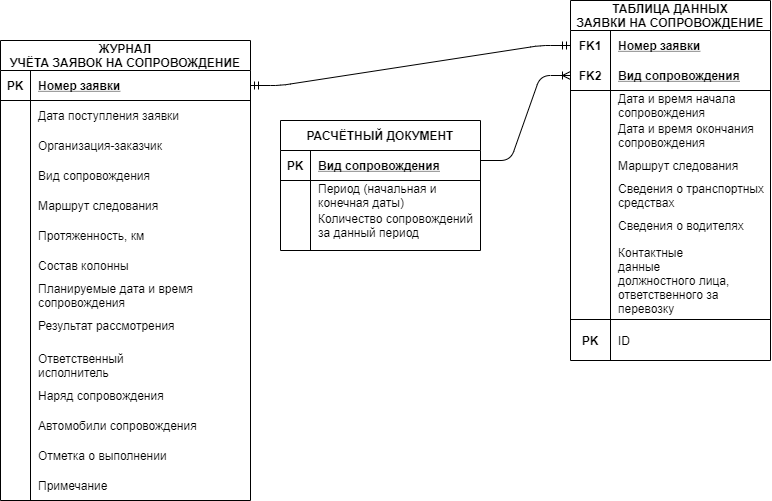
Anton80213/Project-diagrams keeps this draw.io diagram as ER-ДИАГРАММА.png. Above is the earlier version. Source tidied: cells renumbered, new cells last; positions are measured from the earlier drawing's top-left corner, leaving out a move shared by most shapes.
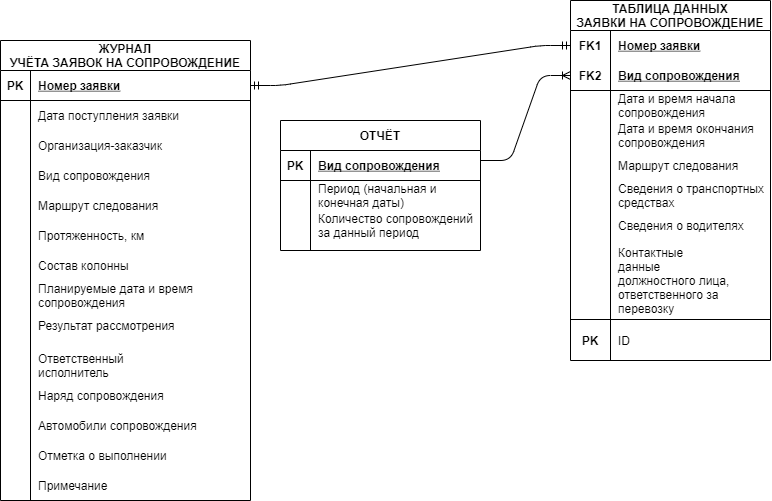
Above is the later version.

Change to the diagram source:
```diff
@@ -2,7 +2,7 @@
   <root>
     <mxCell id="0" />
     <mxCell id="1" parent="0" />
-    <mxCell id="2" value="РАСЧЁТНЫЙ ДОКУМЕНТ" style="shape=table;startSize=30;rowLines=0;fontStyle=1;align=center;" parent="1" vertex="1">
+    <mxCell id="2" value="ОТЧЁТ" style="shape=table;startSize=30;rowLines=0;fontStyle=1;align=center;" parent="1" vertex="1">
       <mxGeometry x="280" y="120" width="200" height="130" as="geometry" />
     </mxCell>
     <mxCell id="3" style="shape=partialRectangle;fillColor=none;top=0;left=0;bottom=1;right=0;" parent="2" vertex="1">
```
